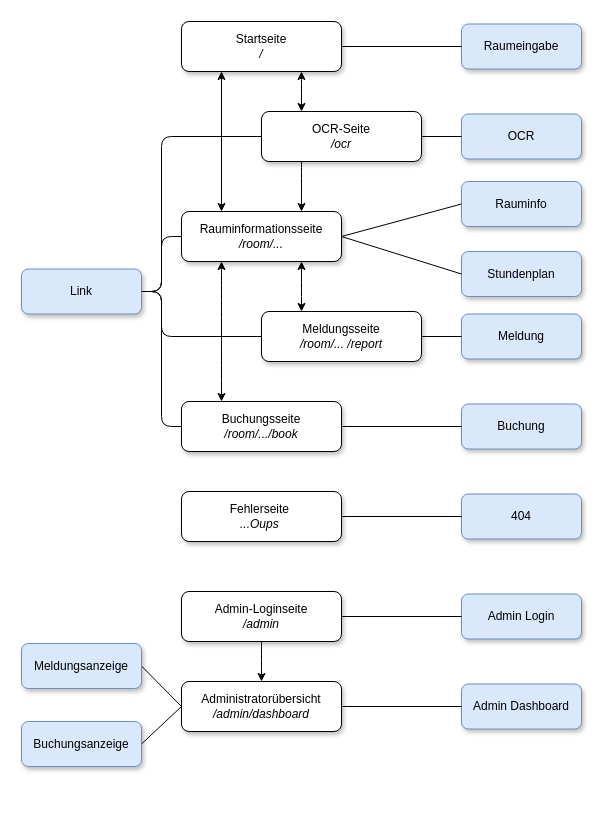
polzerj/Zelia keeps this draw.io diagram as planning/pages.drawio. Above is the earlier version. Source tidied: cells renumbered, new cells numbered last; positions are measured from the earlier drawing's top-left corner, leaving out a move shared by most shapes. Both pictures are drawn from the tidied source at 100%, with x=0, y=0 at pixel (21, 21).
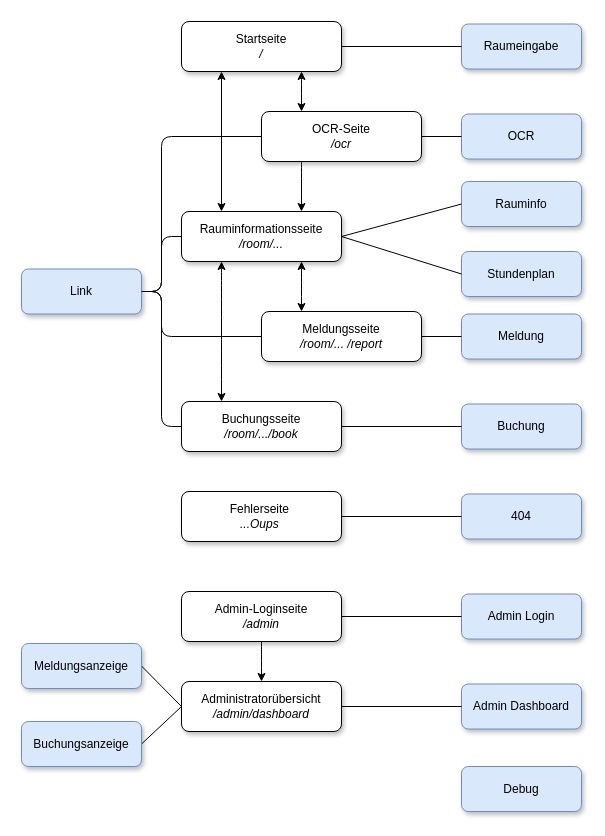
After the change.

Diff of the diagram source:
```diff
@@
+    <mxCell id="43" value="Debug" style="rounded=1;whiteSpace=wrap;html=1;fillColor=#dae8fc;strokeColor=#6c8ebf;shadow=1;" parent="1" vertex="1">
+      <mxGeometry x="440" y="745" width="120" height="45" as="geometry" />
+    </mxCell>
```
